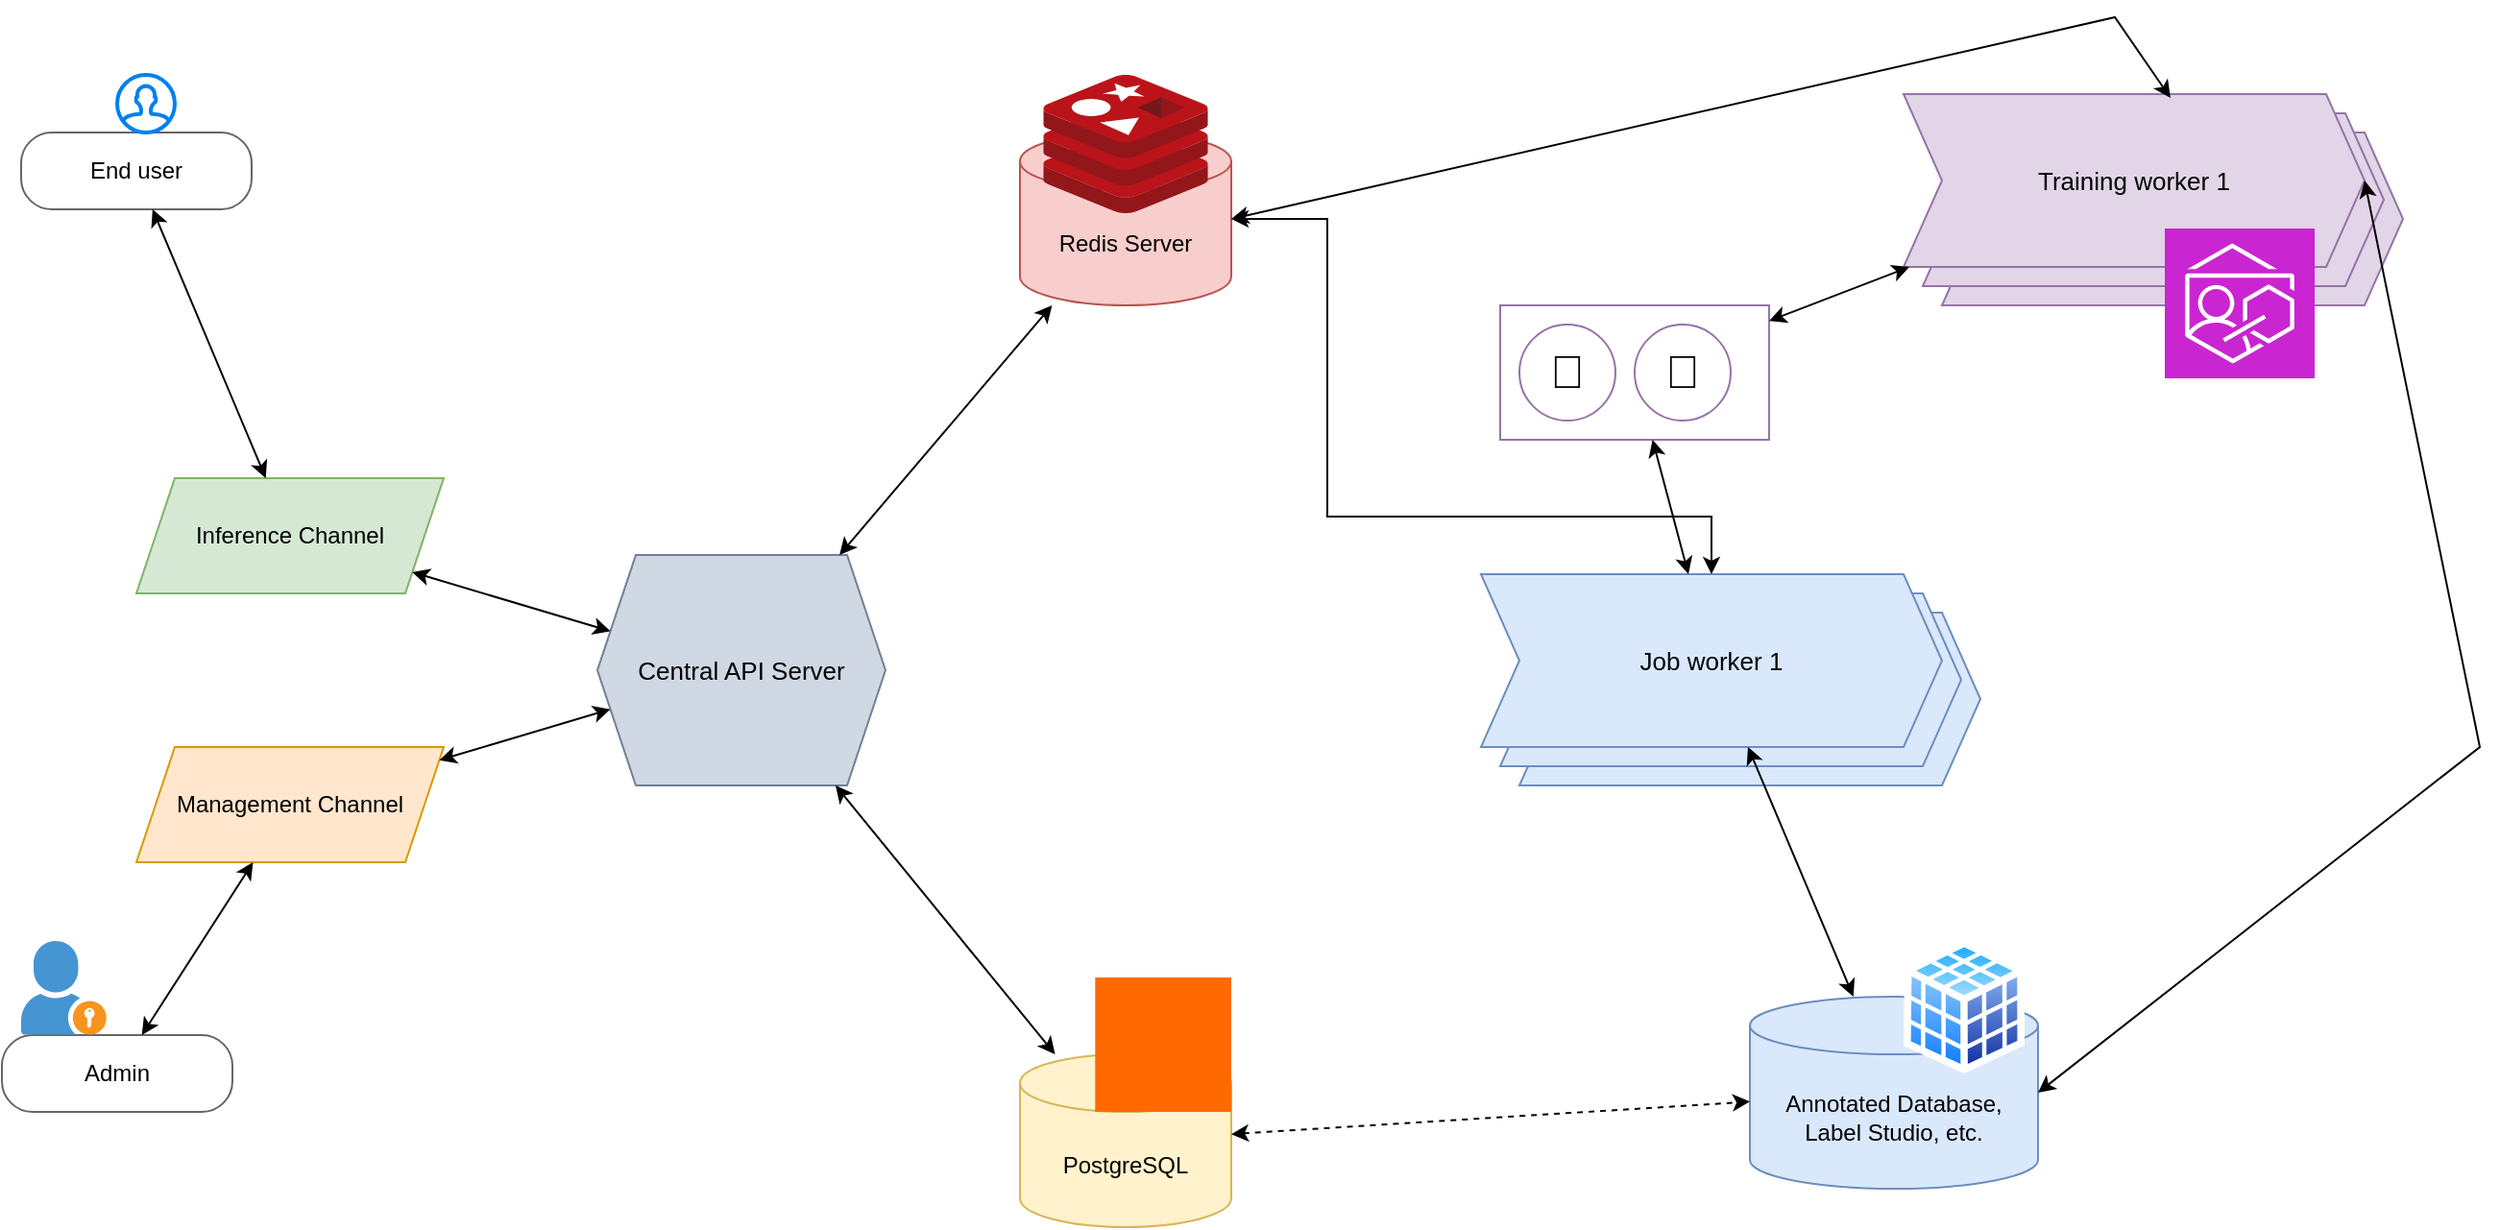
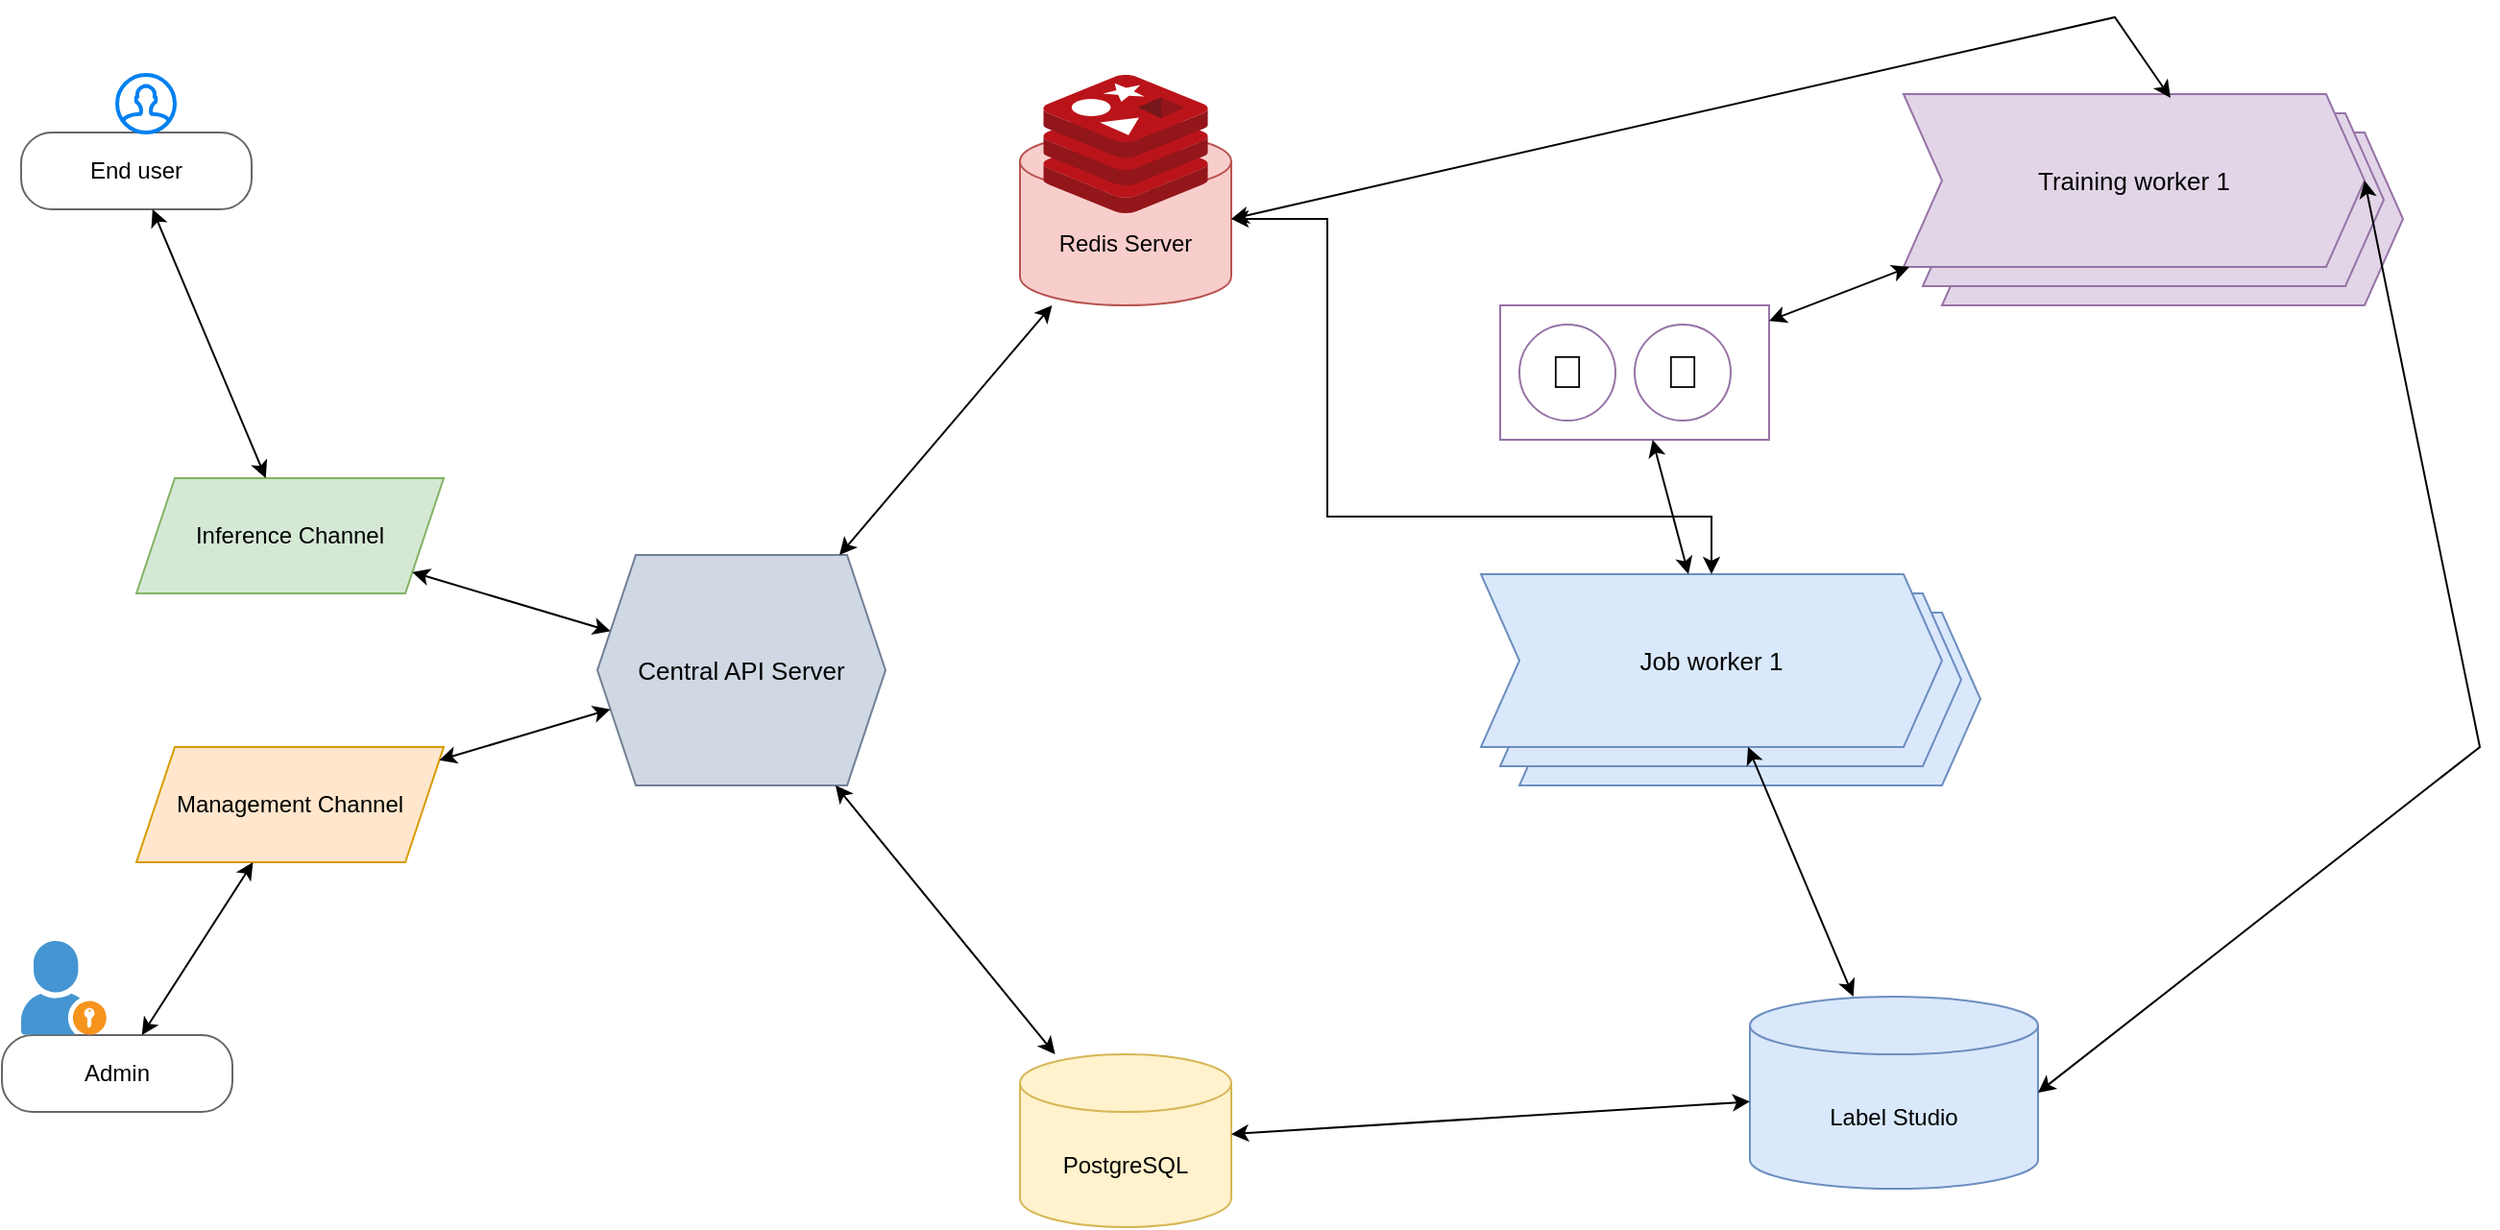
<mxfile host="65bd71144e">
    <diagram id="5KAFenfT5CQU9z7iqvRB" name="Page-1">
-         <mxGraphModel dx="1026" dy="812" grid="1" gridSize="10" guides="1" tooltips="1" connect="1" arrows="1" fold="1" page="1" pageScale="1" pageWidth="850" pageHeight="1100" math="0" shadow="0">
+         <mxGraphModel dx="336" dy="384" grid="1" gridSize="10" guides="1" tooltips="1" connect="1" arrows="1" fold="1" page="1" pageScale="1" pageWidth="850" pageHeight="1100" math="0" shadow="0">
            <root>
                <mxCell id="0"/>
                <mxCell id="1" parent="0"/>
-                 <mxCell id="4" value="End user" style="rounded=1;whiteSpace=wrap;html=1;fillColor=#ffffff;strokeColor=#666666;arcSize=40;" vertex="1" parent="1">
+                 <mxCell id="4" value="&lt;font color=&quot;#000000&quot;&gt;End user&lt;/font&gt;" style="rounded=1;whiteSpace=wrap;html=1;fillColor=#ffffff;strokeColor=#666666;arcSize=40;" parent="1" vertex="1">
                    <mxGeometry x="120" y="80" width="120" height="40" as="geometry"/>
                </mxCell>
-                 <mxCell id="6" value="Admin" style="rounded=1;whiteSpace=wrap;html=1;fillColor=#ffffff;strokeColor=#666666;arcSize=40;" vertex="1" parent="1">
+                 <mxCell id="6" value="&lt;font color=&quot;#000000&quot;&gt;Admin&lt;/font&gt;" style="rounded=1;whiteSpace=wrap;html=1;fillColor=#ffffff;strokeColor=#666666;arcSize=40;" parent="1" vertex="1">
                    <mxGeometry x="110" y="550" width="120" height="40" as="geometry"/>
                </mxCell>
-                 <mxCell id="7" value="Inference Channel" style="shape=parallelogram;perimeter=parallelogramPerimeter;whiteSpace=wrap;html=1;fixedSize=1;fillColor=#d5e8d4;strokeColor=#82b366;" vertex="1" parent="1">
+                 <mxCell id="7" value="&lt;font color=&quot;#000000&quot;&gt;Inference Channel&lt;/font&gt;" style="shape=parallelogram;perimeter=parallelogramPerimeter;whiteSpace=wrap;html=1;fixedSize=1;fillColor=#d5e8d4;strokeColor=#82b366;" parent="1" vertex="1">
                    <mxGeometry x="180" y="260" width="160" height="60" as="geometry"/>
                </mxCell>
-                 <mxCell id="8" value="Management Channel" style="shape=parallelogram;perimeter=parallelogramPerimeter;whiteSpace=wrap;html=1;fixedSize=1;fillColor=#ffe6cc;strokeColor=#d79b00;" vertex="1" parent="1">
+                 <mxCell id="8" value="&lt;font color=&quot;#000000&quot;&gt;Management Channel&lt;/font&gt;" style="shape=parallelogram;perimeter=parallelogramPerimeter;whiteSpace=wrap;html=1;fixedSize=1;fillColor=#ffe6cc;strokeColor=#d79b00;" parent="1" vertex="1">
                    <mxGeometry x="180" y="400" width="160" height="60" as="geometry"/>
                </mxCell>
-                 <mxCell id="9" value="Central API Server" style="shape=hexagon;perimeter=hexagonPerimeter2;whiteSpace=wrap;html=1;fixedSize=1;fillColor=#cfd8e3;strokeColor=#718096;fontSize=13;" vertex="1" parent="1">
+                 <mxCell id="9" value="&lt;font color=&quot;#000000&quot;&gt;Central API Server&lt;/font&gt;" style="shape=hexagon;perimeter=hexagonPerimeter2;whiteSpace=wrap;html=1;fixedSize=1;fillColor=#cfd8e3;strokeColor=#718096;fontSize=13;" parent="1" vertex="1">
                    <mxGeometry x="420" y="300" width="150" height="120" as="geometry"/>
                </mxCell>
-                 <mxCell id="10" value="Redis Server" style="shape=cylinder3;whiteSpace=wrap;html=1;boundedLbl=1;backgroundOutline=1;size=15;fillColor=#f8cecc;strokeColor=#b85450;" vertex="1" parent="1">
+                 <mxCell id="10" value="&lt;font color=&quot;#000000&quot;&gt;Redis Server&lt;/font&gt;" style="shape=cylinder3;whiteSpace=wrap;html=1;boundedLbl=1;backgroundOutline=1;size=15;fillColor=#f8cecc;strokeColor=#b85450;" parent="1" vertex="1">
                    <mxGeometry x="640" y="80" width="110" height="90" as="geometry"/>
                </mxCell>
-                 <mxCell id="11" value="PostgreSQL" style="shape=cylinder3;whiteSpace=wrap;html=1;boundedLbl=1;backgroundOutline=1;size=15;fillColor=#fff2cc;strokeColor=#d6b656;" vertex="1" parent="1">
+                 <mxCell id="11" value="&lt;font color=&quot;#000000&quot;&gt;PostgreSQL&lt;/font&gt;" style="shape=cylinder3;whiteSpace=wrap;html=1;boundedLbl=1;backgroundOutline=1;size=15;fillColor=#fff2cc;strokeColor=#d6b656;" parent="1" vertex="1">
                    <mxGeometry x="640" y="560" width="110" height="90" as="geometry"/>
                </mxCell>
-                 <mxCell id="12" value="" style="shape=step;perimeter=stepPerimeter;whiteSpace=wrap;html=1;fixedSize=1;fillColor=#dae8fc;strokeColor=#6c8ebf;" vertex="1" parent="1">
+                 <mxCell id="12" value="" style="shape=step;perimeter=stepPerimeter;whiteSpace=wrap;html=1;fixedSize=1;fillColor=#dae8fc;strokeColor=#6c8ebf;" parent="1" vertex="1">
                    <mxGeometry x="900" y="330" width="240" height="90" as="geometry"/>
                </mxCell>
-                 <mxCell id="13" value="" style="shape=step;perimeter=stepPerimeter;whiteSpace=wrap;html=1;fixedSize=1;fillColor=#dae8fc;strokeColor=#6c8ebf;" vertex="1" parent="1">
+                 <mxCell id="13" value="" style="shape=step;perimeter=stepPerimeter;whiteSpace=wrap;html=1;fixedSize=1;fillColor=#dae8fc;strokeColor=#6c8ebf;" parent="1" vertex="1">
                    <mxGeometry x="890" y="320" width="240" height="90" as="geometry"/>
                </mxCell>
-                 <mxCell id="14" value="Job worker 1" style="shape=step;perimeter=stepPerimeter;whiteSpace=wrap;html=1;fixedSize=1;fillColor=#dae8fc;strokeColor=#6c8ebf;fontSize=13;" vertex="1" parent="1">
+                 <mxCell id="14" value="&lt;font color=&quot;#000000&quot;&gt;Job worker 1&lt;/font&gt;" style="shape=step;perimeter=stepPerimeter;whiteSpace=wrap;html=1;fixedSize=1;fillColor=#dae8fc;strokeColor=#6c8ebf;fontSize=13;" parent="1" vertex="1">
                    <mxGeometry x="880" y="310" width="240" height="90" as="geometry"/>
                </mxCell>
-                 <mxCell id="15" value="🧠" style="ellipse;whiteSpace=wrap;html=1;fillColor=#ffffff;strokeColor=#9673a6;fontSize=24;" vertex="1" parent="1">
+                 <mxCell id="15" value="🧠" style="ellipse;whiteSpace=wrap;html=1;fillColor=#ffffff;strokeColor=#9673a6;fontSize=24;" parent="1" vertex="1">
                    <mxGeometry x="900" y="180" width="50" height="50" as="geometry"/>
                </mxCell>
-                 <mxCell id="16" value="🧠" style="ellipse;whiteSpace=wrap;html=1;fillColor=#ffffff;strokeColor=#9673a6;fontSize=24;" vertex="1" parent="1">
+                 <mxCell id="16" value="🧠" style="ellipse;whiteSpace=wrap;html=1;fillColor=#ffffff;strokeColor=#9673a6;fontSize=24;" parent="1" vertex="1">
                    <mxGeometry x="960" y="180" width="50" height="50" as="geometry"/>
                </mxCell>
-                 <mxCell id="17" value="" style="rounded=0;whiteSpace=wrap;html=1;fillColor=none;strokeColor=#9673a6;dashed=0;" vertex="1" parent="1">
+                 <mxCell id="17" value="" style="rounded=0;whiteSpace=wrap;html=1;fillColor=none;strokeColor=#9673a6;dashed=0;" parent="1" vertex="1">
                    <mxGeometry x="890" y="170" width="140" height="70" as="geometry"/>
                </mxCell>
-                 <mxCell id="18" value="" style="shape=step;perimeter=stepPerimeter;whiteSpace=wrap;html=1;fixedSize=1;fillColor=#e1d5e7;strokeColor=#9673a6;" vertex="1" parent="1">
+                 <mxCell id="18" value="" style="shape=step;perimeter=stepPerimeter;whiteSpace=wrap;html=1;fixedSize=1;fillColor=#e1d5e7;strokeColor=#9673a6;" parent="1" vertex="1">
                    <mxGeometry x="1120" y="80" width="240" height="90" as="geometry"/>
                </mxCell>
-                 <mxCell id="19" value="" style="shape=step;perimeter=stepPerimeter;whiteSpace=wrap;html=1;fixedSize=1;fillColor=#e1d5e7;strokeColor=#9673a6;" vertex="1" parent="1">
+                 <mxCell id="19" value="" style="shape=step;perimeter=stepPerimeter;whiteSpace=wrap;html=1;fixedSize=1;fillColor=#e1d5e7;strokeColor=#9673a6;" parent="1" vertex="1">
                    <mxGeometry x="1110" y="70" width="240" height="90" as="geometry"/>
                </mxCell>
-                 <mxCell id="20" value="Training worker 1" style="shape=step;perimeter=stepPerimeter;whiteSpace=wrap;html=1;fixedSize=1;fillColor=#e1d5e7;strokeColor=#9673a6;fontSize=13;" vertex="1" parent="1">
+                 <mxCell id="20" value="&lt;font color=&quot;#000000&quot;&gt;Training worker 1&lt;/font&gt;" style="shape=step;perimeter=stepPerimeter;whiteSpace=wrap;html=1;fixedSize=1;fillColor=#e1d5e7;strokeColor=#9673a6;fontSize=13;" parent="1" vertex="1">
                    <mxGeometry x="1100" y="60" width="240" height="90" as="geometry"/>
                </mxCell>
-                 <mxCell id="21" value="Annotated Database,&#xa;Label Studio, etc." style="shape=cylinder3;whiteSpace=wrap;html=1;boundedLbl=1;backgroundOutline=1;size=15;fillColor=#dae8fc;strokeColor=#6c8ebf;" vertex="1" parent="1">
+                 <mxCell id="21" value="&lt;font color=&quot;#000000&quot;&gt;Label Studio&lt;/font&gt;" style="shape=cylinder3;whiteSpace=wrap;html=1;boundedLbl=1;backgroundOutline=1;size=15;fillColor=#dae8fc;strokeColor=#6c8ebf;" parent="1" vertex="1">
                    <mxGeometry x="1020" y="530" width="150" height="100" as="geometry"/>
                </mxCell>
-                 <mxCell id="22" style="endArrow=classic;startArrow=classic;html=1;rounded=0;" edge="1" parent="1" source="4" target="7">
+                 <mxCell id="22" style="endArrow=classic;startArrow=classic;html=1;rounded=0;" parent="1" source="4" target="7" edge="1">
                    <mxGeometry relative="1" as="geometry"/>
                </mxCell>
-                 <mxCell id="23" style="endArrow=classic;startArrow=classic;html=1;rounded=0;" edge="1" parent="1" source="7" target="9">
+                 <mxCell id="23" style="endArrow=classic;startArrow=classic;html=1;rounded=0;" parent="1" source="7" target="9" edge="1">
                    <mxGeometry relative="1" as="geometry"/>
                </mxCell>
-                 <mxCell id="24" style="endArrow=classic;startArrow=classic;html=1;rounded=0;" edge="1" parent="1" source="8" target="9">
+                 <mxCell id="24" style="endArrow=classic;startArrow=classic;html=1;rounded=0;" parent="1" source="8" target="9" edge="1">
                    <mxGeometry relative="1" as="geometry"/>
                </mxCell>
-                 <mxCell id="25" style="endArrow=classic;startArrow=classic;html=1;rounded=0;" edge="1" parent="1" source="6" target="8">
+                 <mxCell id="25" style="endArrow=classic;startArrow=classic;html=1;rounded=0;" parent="1" source="6" target="8" edge="1">
                    <mxGeometry relative="1" as="geometry"/>
                </mxCell>
-                 <mxCell id="26" style="endArrow=classic;startArrow=classic;html=1;rounded=0;" edge="1" parent="1" source="9" target="10">
+                 <mxCell id="26" style="endArrow=classic;startArrow=classic;html=1;rounded=0;" parent="1" source="9" target="10" edge="1">
                    <mxGeometry relative="1" as="geometry"/>
                </mxCell>
-                 <mxCell id="27" style="endArrow=classic;startArrow=classic;html=1;rounded=0;" edge="1" parent="1" source="9" target="11">
+                 <mxCell id="27" style="endArrow=classic;startArrow=classic;html=1;rounded=0;" parent="1" source="9" target="11" edge="1">
                    <mxGeometry relative="1" as="geometry"/>
                </mxCell>
-                 <mxCell id="28" style="endArrow=classic;startArrow=classic;html=1;rounded=0;dashed=1;" edge="1" parent="1" source="11" target="21">
+                 <mxCell id="28" style="endArrow=classic;startArrow=classic;html=1;rounded=0;dashed=0;" parent="1" source="11" target="21" edge="1">
                    <mxGeometry relative="1" as="geometry"/>
                </mxCell>
-                 <mxCell id="29" style="endArrow=classic;startArrow=classic;html=1;rounded=0;" edge="1" parent="1" source="21" target="14">
+                 <mxCell id="29" style="endArrow=classic;startArrow=classic;html=1;rounded=0;" parent="1" source="21" target="14" edge="1">
                    <mxGeometry relative="1" as="geometry"/>
                </mxCell>
-                 <mxCell id="30" style="endArrow=classic;startArrow=classic;html=1;rounded=0;" edge="1" parent="1" source="14" target="17">
+                 <mxCell id="30" style="endArrow=classic;startArrow=classic;html=1;rounded=0;" parent="1" source="14" target="17" edge="1">
                    <mxGeometry relative="1" as="geometry"/>
                </mxCell>
-                 <mxCell id="31" style="endArrow=classic;startArrow=classic;html=1;rounded=0;" edge="1" parent="1" source="17" target="20">
+                 <mxCell id="31" style="endArrow=classic;startArrow=classic;html=1;rounded=0;" parent="1" source="17" target="20" edge="1">
                    <mxGeometry relative="1" as="geometry"/>
                </mxCell>
-                 <mxCell id="32" style="endArrow=classic;startArrow=classic;html=1;rounded=0;exitX=1;exitY=0.5;entryX=0.579;entryY=0.022;entryDx=0;entryDy=0;entryPerimeter=0;" edge="1" parent="1" source="10" target="20">
+                 <mxCell id="32" style="endArrow=classic;startArrow=classic;html=1;rounded=0;exitX=1;exitY=0.5;entryX=0.579;entryY=0.022;entryDx=0;entryDy=0;entryPerimeter=0;" parent="1" source="10" target="20" edge="1">
                    <mxGeometry relative="1" as="geometry">
                        <Array as="points">
                            <mxPoint x="1210" y="20"/>
                        </Array>
                    </mxGeometry>
                </mxCell>
-                 <mxCell id="33" style="endArrow=classic;startArrow=classic;html=1;rounded=0;exitX=1;exitY=0.5;entryX=1;entryY=0.5;" edge="1" parent="1" source="20" target="21">
+                 <mxCell id="33" style="endArrow=classic;startArrow=classic;html=1;rounded=0;exitX=1;exitY=0.5;entryX=1;entryY=0.5;" parent="1" source="20" target="21" edge="1">
                    <mxGeometry relative="1" as="geometry">
                        <Array as="points">
                            <mxPoint x="1400" y="400"/>
                        </Array>
                    </mxGeometry>
                </mxCell>
-                 <mxCell id="34" style="endArrow=classic;startArrow=classic;html=1;rounded=0;exitX=1;exitY=0.5;entryX=0.5;entryY=0;entryDx=0;entryDy=0;" edge="1" parent="1" source="10" target="14">
+                 <mxCell id="34" style="endArrow=classic;startArrow=classic;html=1;rounded=0;exitX=1;exitY=0.5;entryX=0.5;entryY=0;entryDx=0;entryDy=0;" parent="1" source="10" target="14" edge="1">
                    <mxGeometry relative="1" as="geometry">
                        <Array as="points">
                            <mxPoint x="800" y="125"/>
                            <mxPoint x="800" y="280"/>
                            <mxPoint x="1000" y="280"/>
                        </Array>
                    </mxGeometry>
                </mxCell>
-                 <mxCell id="35" value="" style="shadow=0;dashed=0;html=1;strokeColor=none;fillColor=#4495D1;labelPosition=center;verticalLabelPosition=bottom;verticalAlign=top;align=center;outlineConnect=0;shape=mxgraph.veeam.portal_admin;" vertex="1" parent="1">
+                 <mxCell id="35" value="" style="shadow=0;dashed=0;html=1;strokeColor=none;fillColor=#4495D1;labelPosition=center;verticalLabelPosition=bottom;verticalAlign=top;align=center;outlineConnect=0;shape=mxgraph.veeam.portal_admin;" parent="1" vertex="1">
                    <mxGeometry x="120" y="501" width="44.4" height="48.8" as="geometry"/>
                </mxCell>
-                 <mxCell id="36" value="" style="html=1;verticalLabelPosition=bottom;align=center;labelBackgroundColor=#ffffff;verticalAlign=top;strokeWidth=2;strokeColor=#0080F0;shadow=0;dashed=0;shape=mxgraph.ios7.icons.user;" vertex="1" parent="1">
+                 <mxCell id="36" value="" style="html=1;verticalLabelPosition=bottom;align=center;labelBackgroundColor=#ffffff;verticalAlign=top;strokeWidth=2;strokeColor=#0080F0;shadow=0;dashed=0;shape=mxgraph.ios7.icons.user;" parent="1" vertex="1">
                    <mxGeometry x="170" y="50" width="30" height="30" as="geometry"/>
                </mxCell>
-                 <mxCell id="37" value="" style="image;sketch=0;aspect=fixed;html=1;points=[];align=center;fontSize=12;image=img/lib/mscae/Cache_Redis_Product.svg;" vertex="1" parent="1">
+                 <mxCell id="37" value="" style="image;sketch=0;aspect=fixed;html=1;points=[];align=center;fontSize=12;image=img/lib/mscae/Cache_Redis_Product.svg;" parent="1" vertex="1">
                    <mxGeometry x="652.15" y="50" width="85.71" height="72" as="geometry"/>
-                 </mxCell>
-                 <mxCell id="38" value="" style="points=[];aspect=fixed;html=1;align=center;shadow=0;dashed=0;fillColor=#FF6A00;strokeColor=none;shape=mxgraph.alibaba_cloud.analyticdb_for_postgresql;" vertex="1" parent="1">
-                     <mxGeometry x="679.15" y="520" width="70.85" height="70" as="geometry"/>
-                 </mxCell>
-                 <mxCell id="39" value="" style="image;aspect=fixed;perimeter=ellipsePerimeter;html=1;align=center;shadow=0;dashed=0;spacingTop=3;image=img/lib/active_directory/database_cube.svg;" vertex="1" parent="1">
-                     <mxGeometry x="1100" y="500" width="63" height="70" as="geometry"/>
-                 </mxCell>
-                 <mxCell id="40" value="" style="sketch=0;points=[[0,0,0],[0.25,0,0],[0.5,0,0],[0.75,0,0],[1,0,0],[0,1,0],[0.25,1,0],[0.5,1,0],[0.75,1,0],[1,1,0],[0,0.25,0],[0,0.5,0],[0,0.75,0],[1,0.25,0],[1,0.5,0],[1,0.75,0]];outlineConnect=0;fontColor=#232F3E;fillColor=#C925D1;strokeColor=#ffffff;dashed=0;verticalLabelPosition=bottom;verticalAlign=top;align=center;html=1;fontSize=12;fontStyle=0;aspect=fixed;shape=mxgraph.aws4.resourceIcon;resIcon=mxgraph.aws4.training_certification;" vertex="1" parent="1">
-                     <mxGeometry x="1236" y="130" width="78" height="78" as="geometry"/>
                </mxCell>
            </root>
        </mxGraphModel>
    </diagram>
</mxfile>